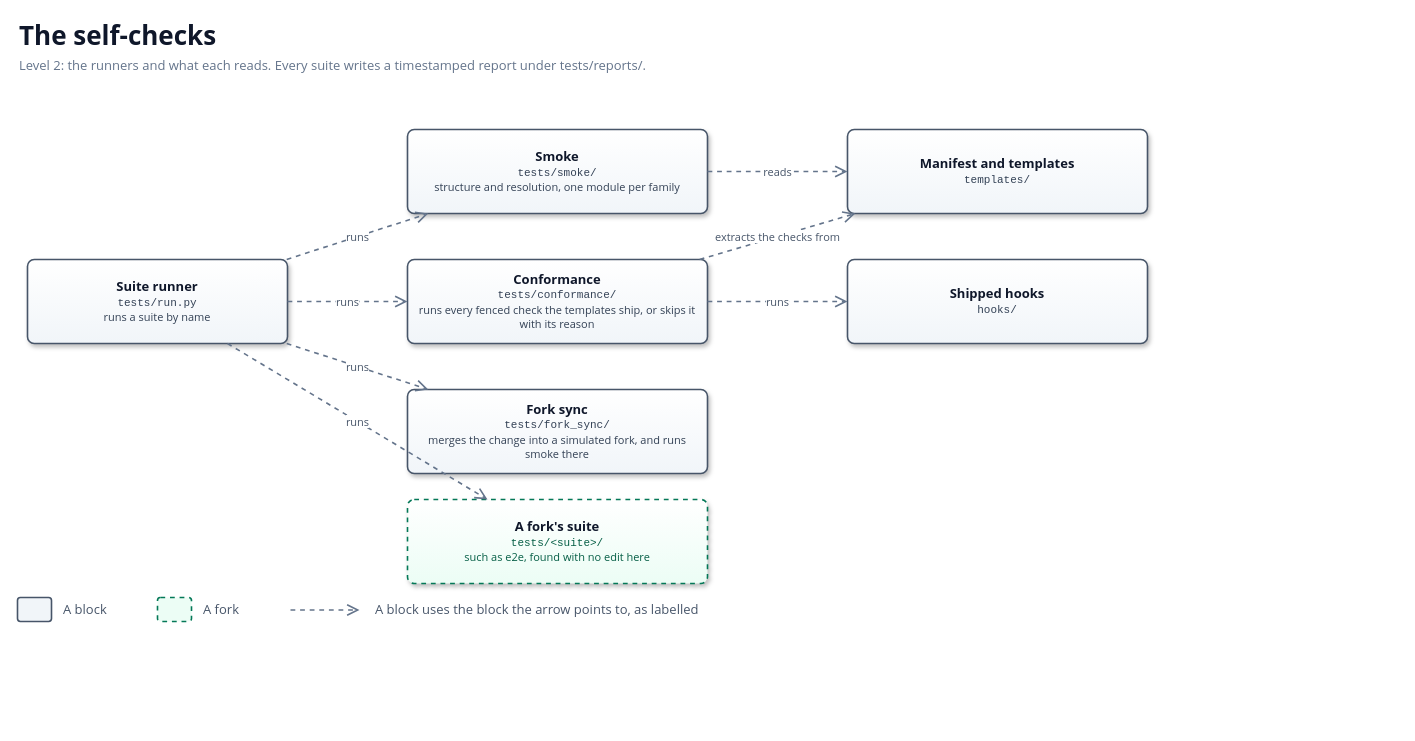
Before: docs/diagrams/building-blocks-checks.drawio in solid-ai-dev/solid-ai-templates, a draw.io diagram. Source tidied: cells renumbered, new cells numbered last; positions are measured from the earlier drawing's top-left corner, leaving out a move shared by most shapes. Both pictures are drawn from the tidied source at 100%, with x=0, y=0 at pixel (17, 17).
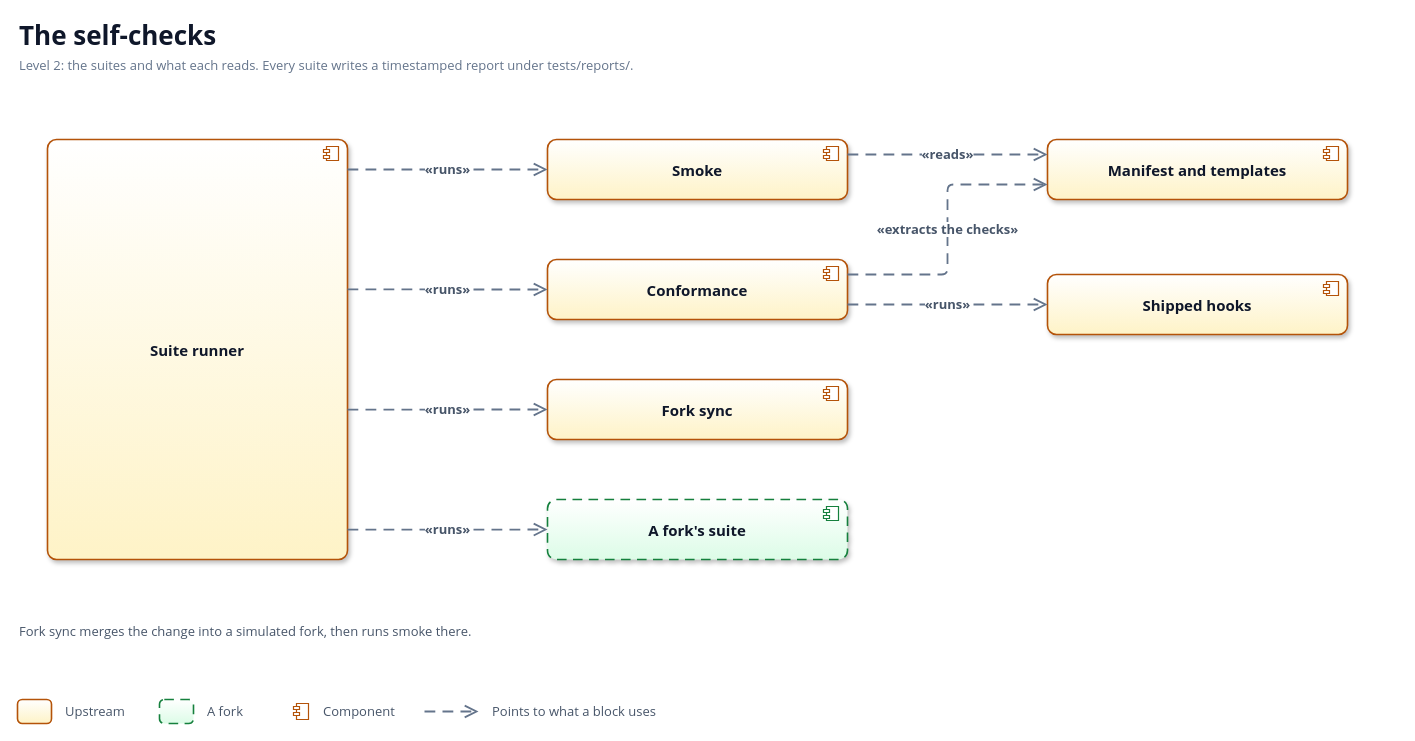
Above is the later version.

The edit, as a diff of the source:
```diff
@@
-    <mxCell id="2" value="The self-checks" style="text;html=1;whiteSpace=wrap;strokeColor=none;fillColor=none;align=left;verticalAlign=middle;fontFamily=Segoe UI;fontSize=26;fontColor=#0F172A;fontStyle=1;" parent="1" vertex="1">
-      <mxGeometry width="1380" height="36" as="geometry" />
-    </mxCell>
-    <mxCell id="3" value="Level 2: the runners and what each reads. Every suite writes a timestamped report under tests/reports/." style="text;html=1;whiteSpace=wrap;strokeColor=none;fillColor=none;align=left;verticalAlign=middle;fontFamily=Segoe UI;fontSize=13;fontColor=#64748B;" parent="1" vertex="1">
-      <mxGeometry y="36" width="1380" height="24" as="geometry" />
-    </mxCell>
-    <mxCell id="4" value="&lt;b style='font-size:13px;color:#0F172A'&gt;Suite runner&lt;/b&gt;&lt;br&gt;&lt;span style='font-size:11px;color:#334155;font-family:Consolas'&gt;tests/run.py&lt;/span&gt;&lt;br&gt;&lt;span style='font-size:11px;color:#334155'&gt;runs a suite by name&lt;/span&gt;" style="rounded=1;arcSize=8;whiteSpace=wrap;html=1;gradientColor=#FFFFFF;gradientDirection=north;strokeWidth=1.6;shadow=1;align=center;spacing=6;fontFamily=Segoe UI;fontColor=#0F172A;fillColor=#F1F5F9;strokeColor=#475569;" parent="1" vertex="1">
-      <mxGeometry x="10" y="242" width="260" height="84" as="geometry" />
+    <mxCell id="4" value="The self-checks" style="text;html=1;whiteSpace=wrap;strokeColor=none;fillColor=none;align=left;verticalAlign=middle;fontFamily=Segoe UI;fontSize=26;fontColor=#0F172A;fontStyle=1;" parent="1" vertex="1">
+      <mxGeometry width="1380" height="36" as="geometry" />
     </mxCell>
-    <mxCell id="5" value="&lt;b style='font-size:13px;color:#0F172A'&gt;Smoke&lt;/b&gt;&lt;br&gt;&lt;span style='font-size:11px;color:#334155;font-family:Consolas'&gt;tests/smoke/&lt;/span&gt;&lt;br&gt;&lt;span style='font-size:11px;color:#334155'&gt;structure and resolution, one module per family&lt;/span&gt;" style="rounded=1;arcSize=8;whiteSpace=wrap;html=1;gradientColor=#FFFFFF;gradientDirection=north;strokeWidth=1.6;shadow=1;align=center;spacing=6;fontFamily=Segoe UI;fontColor=#0F172A;fillColor=#F1F5F9;strokeColor=#475569;" parent="1" vertex="1">
-      <mxGeometry x="390" y="112" width="300" height="84" as="geometry" />
+    <mxCell id="5" value="Level 2: the suites and what each reads. Every suite writes a timestamped report under tests/reports/." style="text;html=1;whiteSpace=wrap;strokeColor=none;fillColor=none;align=left;verticalAlign=middle;fontFamily=Segoe UI;fontSize=13;fontColor=#64748B;" parent="1" vertex="1">
+      <mxGeometry y="36" width="1380" height="24" as="geometry" />
     </mxCell>
-    <mxCell id="6" value="&lt;b style='font-size:13px;color:#0F172A'&gt;Conformance&lt;/b&gt;&lt;br&gt;&lt;span style='font-size:11px;color:#334155;font-family:Consolas'&gt;tests/conformance/&lt;/span&gt;&lt;br&gt;&lt;span style='font-size:11px;color:#334155'&gt;runs every fenced check the templates ship, or skips it with its reason&lt;/span&gt;" style="rounded=1;arcSize=8;whiteSpace=wrap;html=1;gradientColor=#FFFFFF;gradientDirection=north;strokeWidth=1.6;shadow=1;align=center;spacing=6;fontFamily=Segoe UI;fontColor=#0F172A;fillColor=#F1F5F9;strokeColor=#475569;" parent="1" vertex="1">
-      <mxGeometry x="390" y="242" width="300" height="84" as="geometry" />
+    <mxCell id="6" value="Suite runner" style="rounded=1;absoluteArcSize=1;arcSize=18;whiteSpace=wrap;html=1;fillColor=#FEF3C7;gradientColor=#FFFFFF;gradientDirection=north;strokeColor=#B45309;strokeWidth=1.6;shadow=1;align=center;verticalAlign=middle;fontFamily=Segoe UI;fontSize=15;fontStyle=1;fontColor=#0F172A;spacingLeft=16;spacingRight=16;" parent="1" vertex="1">
+      <mxGeometry x="30" y="122" width="300" height="420" as="geometry" />
     </mxCell>
-    <mxCell id="7" value="&lt;b style='font-size:13px;color:#0F172A'&gt;Fork sync&lt;/b&gt;&lt;br&gt;&lt;span style='font-size:11px;color:#334155;font-family:Consolas'&gt;tests/fork_sync/&lt;/span&gt;&lt;br&gt;&lt;span style='font-size:11px;color:#334155'&gt;merges the change into a simulated fork, and runs smoke there&lt;/span&gt;" style="rounded=1;arcSize=8;whiteSpace=wrap;html=1;gradientColor=#FFFFFF;gradientDirection=north;strokeWidth=1.6;shadow=1;align=center;spacing=6;fontFamily=Segoe UI;fontColor=#0F172A;fillColor=#F1F5F9;strokeColor=#475569;" parent="1" vertex="1">
-      <mxGeometry x="390" y="372" width="300" height="84" as="geometry" />
+    <mxCell id="7" style="shape=module;jettyWidth=6;jettyHeight=3;html=1;fillColor=#FFFFFF;strokeColor=#B45309;strokeWidth=1.2;" parent="6" vertex="1">
+      <mxGeometry x="276" y="7" width="15" height="14" as="geometry" />
     </mxCell>
-    <mxCell id="8" value="&lt;b style='font-size:13px;color:#0F172A'&gt;A fork's suite&lt;/b&gt;&lt;br&gt;&lt;span style='font-size:11px;color:#065F46;font-family:Consolas'&gt;tests/&amp;lt;suite&amp;gt;/&lt;/span&gt;&lt;br&gt;&lt;span style='font-size:11px;color:#065F46'&gt;such as e2e, found with no edit here&lt;/span&gt;" style="rounded=1;arcSize=8;whiteSpace=wrap;html=1;gradientColor=#FFFFFF;gradientDirection=north;strokeWidth=1.6;shadow=1;align=center;spacing=6;fontFamily=Segoe UI;fontColor=#0F172A;fillColor=#ECFDF5;strokeColor=#047857;dashed=1;" parent="1" vertex="1">
-      <mxGeometry x="390" y="482" width="300" height="84" as="geometry" />
+    <mxCell id="8" value="Smoke" style="rounded=1;absoluteArcSize=1;arcSize=18;whiteSpace=wrap;html=1;fillColor=#FEF3C7;gradientColor=#FFFFFF;gradientDirection=north;strokeColor=#B45309;strokeWidth=1.6;shadow=1;align=center;verticalAlign=middle;fontFamily=Segoe UI;fontSize=15;fontStyle=1;fontColor=#0F172A;spacingLeft=16;spacingRight=16;" parent="1" vertex="1">
+      <mxGeometry x="530" y="122" width="300" height="60" as="geometry" />
     </mxCell>
-    <mxCell id="9" value="&lt;b style='font-size:13px;color:#0F172A'&gt;Manifest and templates&lt;/b&gt;&lt;br&gt;&lt;span style='font-size:11px;color:#334155;font-family:Consolas'&gt;templates/&lt;/span&gt;" style="rounded=1;arcSize=8;whiteSpace=wrap;html=1;gradientColor=#FFFFFF;gradientDirection=north;strokeWidth=1.6;shadow=1;align=center;spacing=6;fontFamily=Segoe UI;fontColor=#0F172A;fillColor=#F1F5F9;strokeColor=#475569;" parent="1" vertex="1">
-      <mxGeometry x="830" y="112" width="300" height="84" as="geometry" />
+    <mxCell id="9" style="shape=module;jettyWidth=6;jettyHeight=3;html=1;fillColor=#FFFFFF;strokeColor=#B45309;strokeWidth=1.2;" parent="8" vertex="1">
+      <mxGeometry x="276" y="7" width="15" height="14" as="geometry" />
     </mxCell>
-    <mxCell id="10" value="&lt;b style='font-size:13px;color:#0F172A'&gt;Shipped hooks&lt;/b&gt;&lt;br&gt;&lt;span style='font-size:11px;color:#334155;font-family:Consolas'&gt;hooks/&lt;/span&gt;" style="rounded=1;arcSize=8;whiteSpace=wrap;html=1;gradientColor=#FFFFFF;gradientDirection=north;strokeWidth=1.6;shadow=1;align=center;spacing=6;fontFamily=Segoe UI;fontColor=#0F172A;fillColor=#F1F5F9;strokeColor=#475569;" parent="1" vertex="1">
-      <mxGeometry x="830" y="242" width="300" height="84" as="geometry" />
+    <mxCell id="10" value="Conformance" style="rounded=1;absoluteArcSize=1;arcSize=18;whiteSpace=wrap;html=1;fillColor=#FEF3C7;gradientColor=#FFFFFF;gradientDirection=north;strokeColor=#B45309;strokeWidth=1.6;shadow=1;align=center;verticalAlign=middle;fontFamily=Segoe UI;fontSize=15;fontStyle=1;fontColor=#0F172A;spacingLeft=16;spacingRight=16;" parent="1" vertex="1">
+      <mxGeometry x="530" y="242" width="300" height="60" as="geometry" />
     </mxCell>
-    <mxCell id="11" value="runs" style="html=1;rounded=0;strokeColor=#64748B;strokeWidth=1.6;endArrow=open;endSize=9;fontFamily=Segoe UI;fontSize=11;fontColor=#475569;labelBackgroundColor=#FFFFFF;align=center;dashed=1;" parent="1" edge="1" source="4" target="5">
-      <mxGeometry relative="1" as="geometry" />
+    <mxCell id="11" style="shape=module;jettyWidth=6;jettyHeight=3;html=1;fillColor=#FFFFFF;strokeColor=#B45309;strokeWidth=1.2;" parent="10" vertex="1">
+      <mxGeometry x="276" y="7" width="15" height="14" as="geometry" />
     </mxCell>
-    <mxCell id="12" value="runs" style="html=1;rounded=0;strokeColor=#64748B;strokeWidth=1.6;endArrow=open;endSize=9;fontFamily=Segoe UI;fontSize=11;fontColor=#475569;labelBackgroundColor=#FFFFFF;align=center;dashed=1;" parent="1" edge="1" source="4" target="6">
-      <mxGeometry relative="1" as="geometry" />
+    <mxCell id="12" value="Fork sync" style="rounded=1;absoluteArcSize=1;arcSize=18;whiteSpace=wrap;html=1;fillColor=#FEF3C7;gradientColor=#FFFFFF;gradientDirection=north;strokeColor=#B45309;strokeWidth=1.6;shadow=1;align=center;verticalAlign=middle;fontFamily=Segoe UI;fontSize=15;fontStyle=1;fontColor=#0F172A;spacingLeft=16;spacingRight=16;" parent="1" vertex="1">
+      <mxGeometry x="530" y="362" width="300" height="60" as="geometry" />
     </mxCell>
-    <mxCell id="13" value="runs" style="html=1;rounded=0;strokeColor=#64748B;strokeWidth=1.6;endArrow=open;endSize=9;fontFamily=Segoe UI;fontSize=11;fontColor=#475569;labelBackgroundColor=#FFFFFF;align=center;dashed=1;" parent="1" edge="1" source="4" target="7">
-      <mxGeometry relative="1" as="geometry" />
+    <mxCell id="13" style="shape=module;jettyWidth=6;jettyHeight=3;html=1;fillColor=#FFFFFF;strokeColor=#B45309;strokeWidth=1.2;" parent="12" vertex="1">
+      <mxGeometry x="276" y="7" width="15" height="14" as="geometry" />
     </mxCell>
-    <mxCell id="14" value="runs" style="html=1;rounded=0;strokeColor=#64748B;strokeWidth=1.6;endArrow=open;endSize=9;fontFamily=Segoe UI;fontSize=11;fontColor=#475569;labelBackgroundColor=#FFFFFF;align=center;dashed=1;" parent="1" edge="1" source="4" target="8">
-      <mxGeometry relative="1" as="geometry" />
+    <mxCell id="14" value="A fork's suite" style="rounded=1;absoluteArcSize=1;arcSize=18;whiteSpace=wrap;html=1;fillColor=#DCFCE7;gradientColor=#FFFFFF;gradientDirection=north;strokeColor=#15803D;strokeWidth=1.6;shadow=1;align=center;verticalAlign=middle;fontFamily=Segoe UI;fontSize=15;fontStyle=1;fontColor=#0F172A;spacingLeft=16;spacingRight=16;dashed=1;dashPattern=6 4;" parent="1" vertex="1">
+      <mxGeometry x="530" y="482" width="300" height="60" as="geometry" />
     </mxCell>
-    <mxCell id="15" value="reads" style="html=1;rounded=0;strokeColor=#64748B;strokeWidth=1.6;endArrow=open;endSize=9;fontFamily=Segoe UI;fontSize=11;fontColor=#475569;labelBackgroundColor=#FFFFFF;align=center;dashed=1;" parent="1" edge="1" source="5" target="9">
-      <mxGeometry relative="1" as="geometry" />
+    <mxCell id="15" style="shape=module;jettyWidth=6;jettyHeight=3;html=1;fillColor=#FFFFFF;strokeColor=#15803D;strokeWidth=1.2;" parent="14" vertex="1">
+      <mxGeometry x="276" y="7" width="15" height="14" as="geometry" />
     </mxCell>
-    <mxCell id="16" value="extracts the checks from" style="html=1;rounded=0;strokeColor=#64748B;strokeWidth=1.6;endArrow=open;endSize=9;fontFamily=Segoe UI;fontSize=11;fontColor=#475569;labelBackgroundColor=#FFFFFF;align=center;dashed=1;" parent="1" edge="1" source="6" target="9">
-      <mxGeometry relative="1" as="geometry" />
+    <mxCell id="16" value="Manifest and templates" style="rounded=1;absoluteArcSize=1;arcSize=18;whiteSpace=wrap;html=1;fillColor=#FEF3C7;gradientColor=#FFFFFF;gradientDirection=north;strokeColor=#B45309;strokeWidth=1.6;shadow=1;align=center;verticalAlign=middle;fontFamily=Segoe UI;fontSize=15;fontStyle=1;fontColor=#0F172A;spacingLeft=16;spacingRight=16;" parent="1" vertex="1">
+      <mxGeometry x="1030" y="122" width="300" height="60" as="geometry" />
     </mxCell>
-    <mxCell id="17" value="runs" style="html=1;rounded=0;strokeColor=#64748B;strokeWidth=1.6;endArrow=open;endSize=9;fontFamily=Segoe UI;fontSize=11;fontColor=#475569;labelBackgroundColor=#FFFFFF;align=center;dashed=1;" parent="1" edge="1" source="6" target="10">
-      <mxGeometry relative="1" as="geometry" />
+    <mxCell id="17" style="shape=module;jettyWidth=6;jettyHeight=3;html=1;fillColor=#FFFFFF;strokeColor=#B45309;strokeWidth=1.2;" parent="16" vertex="1">
+      <mxGeometry x="276" y="7" width="15" height="14" as="geometry" />
     </mxCell>
-    <mxCell id="18" style="rounded=1;arcSize=12;html=1;strokeWidth=1.6;fillColor=#F1F5F9;strokeColor=#475569;" parent="1" vertex="1">
-      <mxGeometry y="580" width="34" height="24" as="geometry" />
+    <mxCell id="18" value="Shipped hooks" style="rounded=1;absoluteArcSize=1;arcSize=18;whiteSpace=wrap;html=1;fillColor=#FEF3C7;gradientColor=#FFFFFF;gradientDirection=north;strokeColor=#B45309;strokeWidth=1.6;shadow=1;align=center;verticalAlign=middle;fontFamily=Segoe UI;fontSize=15;fontStyle=1;fontColor=#0F172A;spacingLeft=16;spacingRight=16;" parent="1" vertex="1">
+      <mxGeometry x="1030" y="257" width="300" height="60" as="geometry" />
     </mxCell>
-    <mxCell id="19" value="A block" style="text;html=1;whiteSpace=wrap;strokeColor=none;fillColor=none;align=left;verticalAlign=middle;fontFamily=Segoe UI;fontSize=13;fontColor=#475569;" parent="1" vertex="1">
-      <mxGeometry x="44" y="580" width="200" height="24" as="geometry" />
+    <mxCell id="19" style="shape=module;jettyWidth=6;jettyHeight=3;html=1;fillColor=#FFFFFF;strokeColor=#B45309;strokeWidth=1.2;" parent="18" vertex="1">
+      <mxGeometry x="276" y="7" width="15" height="14" as="geometry" />
     </mxCell>
-    <mxCell id="20" style="rounded=1;arcSize=12;html=1;strokeWidth=1.6;fillColor=#ECFDF5;strokeColor=#047857;dashed=1;" parent="1" vertex="1">
-      <mxGeometry x="140" y="580" width="34" height="24" as="geometry" />
+    <mxCell id="20" value="«runs»" style="endArrow=open;endFill=0;endSize=10;dashed=1;dashPattern=6 4;html=1;strokeColor=#64748B;strokeWidth=1.8;rounded=1;arcSize=12;jumpStyle=arc;jumpSize=10;edgeStyle=orthogonalEdgeStyle;fontFamily=Segoe UI;fontSize=13;fontStyle=1;fontColor=#475569;labelBackgroundColor=#FFFFFF;exitX=1;exitY=0.0714;exitDx=0;exitDy=0;entryX=0;entryY=0.5;entryDx=0;entryDy=0;" parent="1" edge="1" source="6" target="8">
+      <mxGeometry relative="1" as="geometry" />
     </mxCell>
-    <mxCell id="21" value="A fork" style="text;html=1;whiteSpace=wrap;strokeColor=none;fillColor=none;align=left;verticalAlign=middle;fontFamily=Segoe UI;fontSize=13;fontColor=#475569;" parent="1" vertex="1">
-      <mxGeometry x="184" y="580" width="200" height="24" as="geometry" />
+    <mxCell id="21" value="«runs»" style="endArrow=open;endFill=0;endSize=10;dashed=1;dashPattern=6 4;html=1;strokeColor=#64748B;strokeWidth=1.8;rounded=1;arcSize=12;jumpStyle=arc;jumpSize=10;edgeStyle=orthogonalEdgeStyle;fontFamily=Segoe UI;fontSize=13;fontStyle=1;fontColor=#475569;labelBackgroundColor=#FFFFFF;exitX=1;exitY=0.357;exitDx=0;exitDy=0;entryX=0;entryY=0.5;entryDx=0;entryDy=0;" parent="1" edge="1" source="6" target="10">
+      <mxGeometry relative="1" as="geometry" />
     </mxCell>
-    <mxCell id="22" style="text;html=1;whiteSpace=wrap;strokeColor=none;fillColor=none;align=left;verticalAlign=middle;fontFamily=Segoe UI;fontSize=1;fontColor=#FFFFFF;" parent="1" vertex="1">
-      <mxGeometry x="272" y="592" width="1" height="1" as="geometry" />
+    <mxCell id="22" value="«runs»" style="endArrow=open;endFill=0;endSize=10;dashed=1;dashPattern=6 4;html=1;strokeColor=#64748B;strokeWidth=1.8;rounded=1;arcSize=12;jumpStyle=arc;jumpSize=10;edgeStyle=orthogonalEdgeStyle;fontFamily=Segoe UI;fontSize=13;fontStyle=1;fontColor=#475569;labelBackgroundColor=#FFFFFF;exitX=1;exitY=0.643;exitDx=0;exitDy=0;entryX=0;entryY=0.5;entryDx=0;entryDy=0;" parent="1" edge="1" source="6" target="12">
+      <mxGeometry relative="1" as="geometry" />
     </mxCell>
-    <mxCell id="23" style="text;html=1;whiteSpace=wrap;strokeColor=none;fillColor=none;align=left;verticalAlign=middle;fontFamily=Segoe UI;fontSize=1;fontColor=#FFFFFF;" parent="1" vertex="1">
-      <mxGeometry x="342" y="592" width="1" height="1" as="geometry" />
+    <mxCell id="23" value="«runs»" style="endArrow=open;endFill=0;endSize=10;dashed=1;dashPattern=6 4;html=1;strokeColor=#64748B;strokeWidth=1.8;rounded=1;arcSize=12;jumpStyle=arc;jumpSize=10;edgeStyle=orthogonalEdgeStyle;fontFamily=Segoe UI;fontSize=13;fontStyle=1;fontColor=#475569;labelBackgroundColor=#FFFFFF;exitX=1;exitY=0.929;exitDx=0;exitDy=0;entryX=0;entryY=0.5;entryDx=0;entryDy=0;" parent="1" edge="1" source="6" target="14">
+      <mxGeometry relative="1" as="geometry" />
     </mxCell>
-    <mxCell id="24" style="html=1;rounded=0;strokeColor=#64748B;strokeWidth=1.6;endArrow=open;endSize=9;fontFamily=Segoe UI;fontSize=11;fontColor=#475569;labelBackgroundColor=#FFFFFF;align=center;dashed=1;" parent="1" edge="1" source="22" target="23">
+    <mxCell id="24" value="«reads»" style="endArrow=open;endFill=0;endSize=10;dashed=1;dashPattern=6 4;html=1;strokeColor=#64748B;strokeWidth=1.8;rounded=1;arcSize=12;jumpStyle=arc;jumpSize=10;edgeStyle=orthogonalEdgeStyle;fontFamily=Segoe UI;fontSize=13;fontStyle=1;fontColor=#475569;labelBackgroundColor=#FFFFFF;exitX=1;exitY=0.25;exitDx=0;exitDy=0;entryX=0;entryY=0.25;entryDx=0;entryDy=0;" parent="1" edge="1" source="8" target="16">
       <mxGeometry relative="1" as="geometry" />
     </mxCell>
-    <mxCell id="25" value="A block uses the block the arrow points to, as labelled" style="text;html=1;whiteSpace=wrap;strokeColor=none;fillColor=none;align=left;verticalAlign=middle;fontFamily=Segoe UI;fontSize=13;fontColor=#475569;" parent="1" vertex="1">
-      <mxGeometry x="356" y="580" width="520" height="24" as="geometry" />
+    <mxCell id="25" value="«extracts the checks»" style="endArrow=open;endFill=0;endSize=10;dashed=1;dashPattern=6 4;html=1;strokeColor=#64748B;strokeWidth=1.8;rounded=1;arcSize=12;jumpStyle=arc;jumpSize=10;edgeStyle=orthogonalEdgeStyle;fontFamily=Segoe UI;fontSize=13;fontStyle=1;fontColor=#475569;labelBackgroundColor=#FFFFFF;exitX=1;exitY=0.25;exitDx=0;exitDy=0;entryX=0;entryY=0.75;entryDx=0;entryDy=0;" parent="1" edge="1" source="10" target="16">
+      <mxGeometry relative="1" as="geometry">
+        <Array as="points">
+          <mxPoint x="930" y="257" />
+          <mxPoint x="930" y="167" />
+        </Array>
+      </mxGeometry>
     </mxCell>
+    <mxCell id="26" value="«runs»" style="endArrow=open;endFill=0;endSize=10;dashed=1;dashPattern=6 4;html=1;strokeColor=#64748B;strokeWidth=1.8;rounded=1;arcSize=12;jumpStyle=arc;jumpSize=10;edgeStyle=orthogonalEdgeStyle;fontFamily=Segoe UI;fontSize=13;fontStyle=1;fontColor=#475569;labelBackgroundColor=#FFFFFF;exitX=1;exitY=0.75;exitDx=0;exitDy=0;entryX=0;entryY=0.5;entryDx=0;entryDy=0;" parent="1" edge="1" source="10" target="18">
+      <mxGeometry relative="1" as="geometry" />
+    </mxCell>
+    <mxCell id="27" value="Fork sync merges the change into a simulated fork, then runs smoke there." style="text;html=1;whiteSpace=wrap;strokeColor=none;fillColor=none;align=left;verticalAlign=middle;fontFamily=Segoe UI;fontSize=13;fontColor=#475569;" parent="1" vertex="1">
+      <mxGeometry y="602" width="1380" height="24" as="geometry" />
+    </mxCell>
+    <mxCell id="28" style="rounded=1;arcSize=20;html=1;fillColor=#FEF3C7;gradientColor=#FFFFFF;gradientDirection=north;strokeColor=#B45309;strokeWidth=1.6;" parent="1" vertex="1">
+      <mxGeometry y="682" width="34" height="24" as="geometry" />
+    </mxCell>
+    <mxCell id="29" value="Upstream" style="text;html=1;whiteSpace=wrap;strokeColor=none;fillColor=none;align=left;verticalAlign=middle;fontFamily=Segoe UI;fontSize=13;fontColor=#475569;" parent="1" vertex="1">
+      <mxGeometry x="46" y="682" width="70" height="24" as="geometry" />
+    </mxCell>
+    <mxCell id="30" style="rounded=1;arcSize=20;html=1;fillColor=#DCFCE7;gradientColor=#FFFFFF;gradientDirection=north;strokeColor=#15803D;strokeWidth=1.6;dashed=1;dashPattern=6 4;" parent="1" vertex="1">
+      <mxGeometry x="142" y="682" width="34" height="24" as="geometry" />
+    </mxCell>
+    <mxCell id="31" value="A fork" style="text;html=1;whiteSpace=wrap;strokeColor=none;fillColor=none;align=left;verticalAlign=middle;fontFamily=Segoe UI;fontSize=13;fontColor=#475569;" parent="1" vertex="1">
+      <mxGeometry x="188" y="682" width="56" height="24" as="geometry" />
+    </mxCell>
+    <mxCell id="32" style="shape=module;jettyWidth=6;jettyHeight=3;html=1;fillColor=#FFFFFF;strokeColor=#B45309;strokeWidth=1.2;" parent="1" vertex="1">
+      <mxGeometry x="276" y="686" width="15" height="16" as="geometry" />
+    </mxCell>
+    <mxCell id="33" value="Component" style="text;html=1;whiteSpace=wrap;strokeColor=none;fillColor=none;align=left;verticalAlign=middle;fontFamily=Segoe UI;fontSize=13;fontColor=#475569;" parent="1" vertex="1">
+      <mxGeometry x="304" y="682" width="77" height="24" as="geometry" />
+    </mxCell>
+    <mxCell id="34" style="endArrow=open;endFill=0;endSize=10;dashed=1;dashPattern=6 4;html=1;strokeColor=#64748B;strokeWidth=1.8;rounded=1;arcSize=12;jumpStyle=arc;jumpSize=10;edgeStyle=orthogonalEdgeStyle;fontFamily=Segoe UI;fontSize=13;fontStyle=1;fontColor=#475569;labelBackgroundColor=#FFFFFF;" parent="1" edge="1">
+      <mxGeometry relative="1" as="geometry">
+        <mxPoint x="407" y="694" as="sourcePoint" />
+        <mxPoint x="461" y="694" as="targetPoint" />
+      </mxGeometry>
+    </mxCell>
+    <mxCell id="35" value="Points to what a block uses" style="text;html=1;whiteSpace=wrap;strokeColor=none;fillColor=none;align=left;verticalAlign=middle;fontFamily=Segoe UI;fontSize=13;fontColor=#475569;" parent="1" vertex="1">
+      <mxGeometry x="473" y="682" width="203" height="24" as="geometry" />
+    </mxCell>
```
